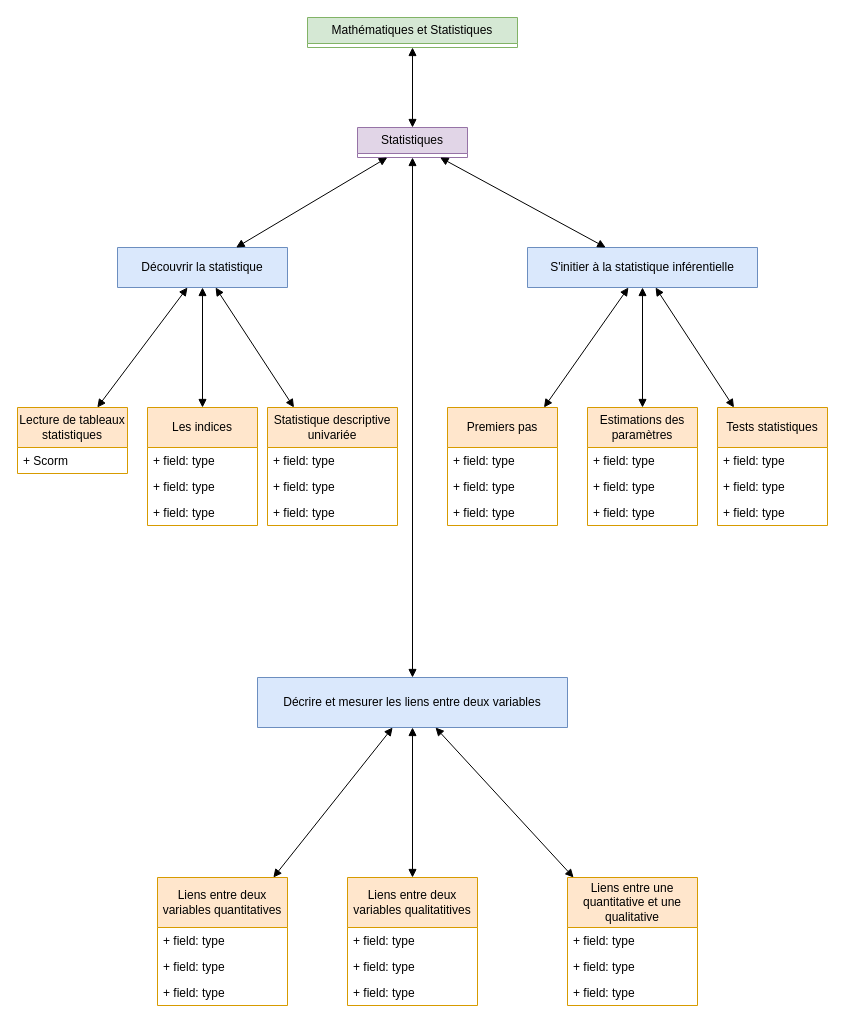
The draw.io diagram Statistiques.drawio in jean-seb-2106/pythontest, before the edit. Source tidied: cells renumbered, new cells numbered last; positions are measured from the earlier drawing's top-left corner, leaving out a move shared by most shapes. Both pictures are drawn from the tidied source at 100%, with x=0, y=0 at pixel (17, 17).
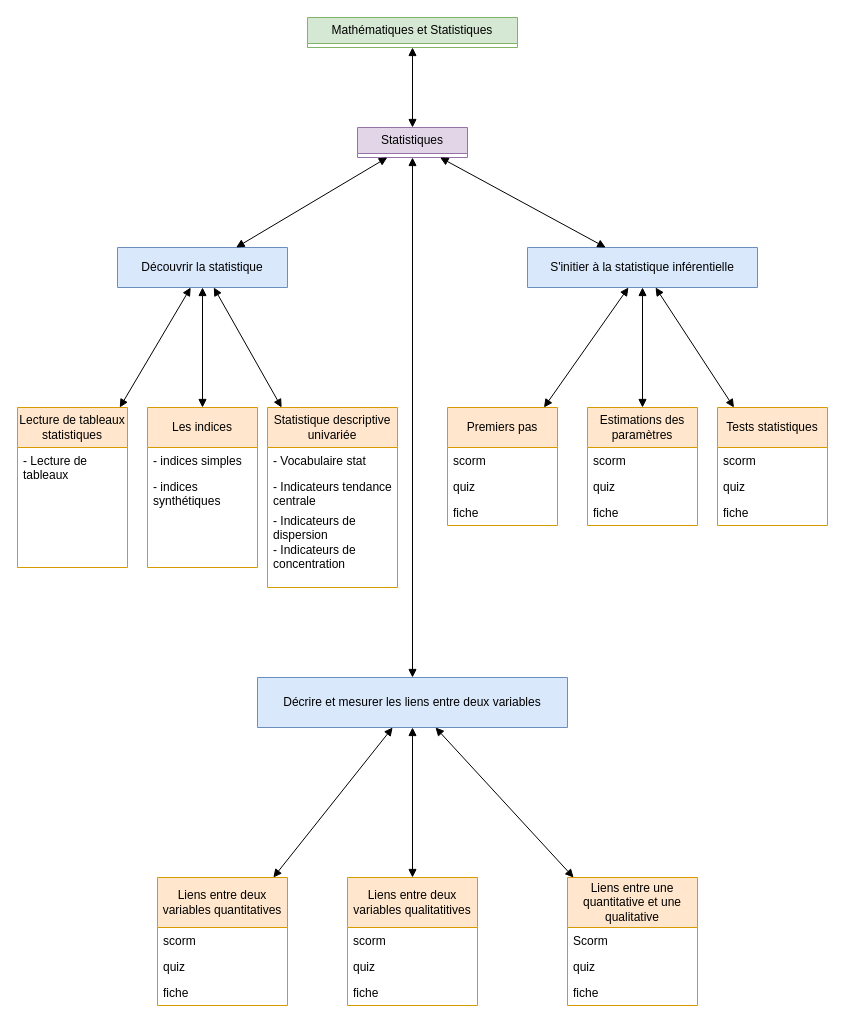
Above is the later version.

Commit message (it also covers changes not shown here):
Mettre à jour Statistiques.drawio

The change refers to these unchanged cells:
```xml
<mxCell id="24" value="Liens entre deux variables quantitatives" style="swimlane;fontStyle=0;horizontal=1;startSize=50;fillColor=#ffe6cc;whiteSpace=wrap;html=1;strokeColor=#d79b00;" parent="1" vertex="1">
  <mxGeometry x="140" y="860" width="130" height="128" as="geometry" />
</mxCell>
<mxCell id="28" value="Liens entre deux variables qualitatitives" style="swimlane;fontStyle=0;horizontal=1;startSize=50;fillColor=#ffe6cc;whiteSpace=wrap;html=1;strokeColor=#d79b00;" parent="1" vertex="1">
  <mxGeometry x="330" y="860" width="130" height="128" as="geometry" />
</mxCell>
<mxCell id="32" value="Liens entre une quantitative et une qualitative" style="swimlane;fontStyle=0;horizontal=1;startSize=50;fillColor=#ffe6cc;whiteSpace=wrap;html=1;strokeColor=#d79b00;" parent="1" vertex="1">
  <mxGeometry x="550" y="860" width="130" height="128" as="geometry" />
</mxCell>
<mxCell id="39" value="Premiers pas" style="swimlane;fontStyle=0;horizontal=1;startSize=40;fillColor=#ffe6cc;whiteSpace=wrap;html=1;strokeColor=#d79b00;" parent="1" vertex="1">
  <mxGeometry x="430" y="390" width="110" height="118" as="geometry" />
</mxCell>
<mxCell id="43" value="Estimations des paramètres" style="swimlane;fontStyle=0;horizontal=1;startSize=40;fillColor=#ffe6cc;whiteSpace=wrap;html=1;strokeColor=#d79b00;" parent="1" vertex="1">
  <mxGeometry x="570" y="390" width="110" height="118" as="geometry" />
</mxCell>
<mxCell id="47" value="Tests statistiques" style="swimlane;fontStyle=0;horizontal=1;startSize=40;fillColor=#ffe6cc;whiteSpace=wrap;html=1;strokeColor=#d79b00;" parent="1" vertex="1">
  <mxGeometry x="700" y="390" width="110" height="118" as="geometry" />
</mxCell>
```

What changed in the source:
```diff
@@
     <mxCell id="14" value="Lecture de tableaux statistiques" style="swimlane;fontStyle=0;horizontal=1;startSize=40;fillColor=#ffe6cc;whiteSpace=wrap;html=1;strokeColor=#d79b00;" parent="1" vertex="1">
-      <mxGeometry y="390" width="110" height="66" as="geometry" />
+      <mxGeometry y="390" width="110" height="160" as="geometry" />
     </mxCell>
-    <mxCell id="15" value="+ Scorm" style="text;strokeColor=none;fillColor=none;align=left;verticalAlign=top;spacingLeft=4;spacingRight=4;overflow=hidden;whiteSpace=wrap;html=1;" parent="14" vertex="1">
-      <mxGeometry y="40" width="110" height="26" as="geometry" />
+    <mxCell id="15" value="- Lecture de tableaux" style="text;strokeColor=none;fillColor=none;align=left;verticalAlign=top;spacingLeft=4;spacingRight=4;overflow=hidden;whiteSpace=wrap;html=1;" parent="14" vertex="1">
+      <mxGeometry y="40" width="110" height="120" as="geometry" />
     </mxCell>
     <mxCell id="16" value="Statistique descriptive univariée" style="swimlane;fontStyle=0;horizontal=1;startSize=40;fillColor=#ffe6cc;whiteSpace=wrap;html=1;strokeColor=#d79b00;" parent="1" vertex="1">
-      <mxGeometry x="250" y="390" width="130" height="118" as="geometry" />
+      <mxGeometry x="250" y="390" width="130" height="180" as="geometry" />
     </mxCell>
-    <mxCell id="17" value="+ field: type" style="text;strokeColor=none;fillColor=none;align=left;verticalAlign=top;spacingLeft=4;spacingRight=4;overflow=hidden;whiteSpace=wrap;html=1;" parent="16" vertex="1">
+    <mxCell id="17" value="- Vocabulaire stat" style="text;strokeColor=none;fillColor=none;align=left;verticalAlign=top;spacingLeft=4;spacingRight=4;overflow=hidden;whiteSpace=wrap;html=1;" parent="16" vertex="1">
       <mxGeometry y="40" width="130" height="26" as="geometry" />
     </mxCell>
-    <mxCell id="18" value="+ field: type" style="text;strokeColor=none;fillColor=none;align=left;verticalAlign=top;spacingLeft=4;spacingRight=4;overflow=hidden;whiteSpace=wrap;html=1;" parent="16" vertex="1">
-      <mxGeometry y="66" width="130" height="26" as="geometry" />
+    <mxCell id="18" value="- Indicateurs tendance centrale" style="text;strokeColor=none;fillColor=none;align=left;verticalAlign=top;spacingLeft=4;spacingRight=4;overflow=hidden;whiteSpace=wrap;html=1;" parent="16" vertex="1">
+      <mxGeometry y="66" width="130" height="34" as="geometry" />
     </mxCell>
-    <mxCell id="19" value="+ field: type" style="text;strokeColor=none;fillColor=none;align=left;verticalAlign=top;spacingLeft=4;spacingRight=4;overflow=hidden;whiteSpace=wrap;html=1;" parent="16" vertex="1">
-      <mxGeometry y="92" width="130" height="26" as="geometry" />
+    <mxCell id="19" value="&lt;div&gt;- Indicateurs de dispersion&lt;/div&gt;&lt;div&gt;- Indicateurs de concentration&lt;br&gt;&lt;/div&gt;&lt;div&gt;&lt;br&gt;&lt;/div&gt;" style="text;strokeColor=none;fillColor=none;align=left;verticalAlign=top;spacingLeft=4;spacingRight=4;overflow=hidden;whiteSpace=wrap;html=1;" parent="16" vertex="1">
+      <mxGeometry y="100" width="130" height="80" as="geometry" />
     </mxCell>
     <mxCell id="20" value="Les indices" style="swimlane;fontStyle=0;horizontal=1;startSize=40;fillColor=#ffe6cc;whiteSpace=wrap;html=1;strokeColor=#d79b00;" parent="1" vertex="1">
-      <mxGeometry x="130" y="390" width="110" height="118" as="geometry" />
+      <mxGeometry x="130" y="390" width="110" height="160" as="geometry" />
     </mxCell>
-    <mxCell id="21" value="+ field: type" style="text;strokeColor=none;fillColor=none;align=left;verticalAlign=top;spacingLeft=4;spacingRight=4;overflow=hidden;whiteSpace=wrap;html=1;" parent="20" vertex="1">
+    <mxCell id="21" value="- indices simples" style="text;strokeColor=none;fillColor=none;align=left;verticalAlign=top;spacingLeft=4;spacingRight=4;overflow=hidden;whiteSpace=wrap;html=1;" parent="20" vertex="1">
       <mxGeometry y="40" width="110" height="26" as="geometry" />
     </mxCell>
-    <mxCell id="22" value="+ field: type" style="text;strokeColor=none;fillColor=none;align=left;verticalAlign=top;spacingLeft=4;spacingRight=4;overflow=hidden;whiteSpace=wrap;html=1;" parent="20" vertex="1">
-      <mxGeometry y="66" width="110" height="26" as="geometry" />
+    <mxCell id="22" value="- indices synthétiques" style="text;strokeColor=none;fillColor=none;align=left;verticalAlign=top;spacingLeft=4;spacingRight=4;overflow=hidden;whiteSpace=wrap;html=1;" parent="20" vertex="1">
+      <mxGeometry y="66" width="110" height="94" as="geometry" />
     </mxCell>
-    <mxCell id="23" value="+ field: type" style="text;strokeColor=none;fillColor=none;align=left;verticalAlign=top;spacingLeft=4;spacingRight=4;overflow=hidden;whiteSpace=wrap;html=1;" parent="20" vertex="1">
-      <mxGeometry y="92" width="110" height="26" as="geometry" />
-    </mxCell>
@@
-    <mxCell id="25" value="+ field: type" style="text;strokeColor=none;fillColor=none;align=left;verticalAlign=top;spacingLeft=4;spacingRight=4;overflow=hidden;whiteSpace=wrap;html=1;" parent="24" vertex="1">
+    <mxCell id="25" value="scorm" style="text;strokeColor=none;fillColor=none;align=left;verticalAlign=top;spacingLeft=4;spacingRight=4;overflow=hidden;whiteSpace=wrap;html=1;" parent="24" vertex="1">
       <mxGeometry y="50" width="130" height="26" as="geometry" />
     </mxCell>
-    <mxCell id="26" value="+ field: type" style="text;strokeColor=none;fillColor=none;align=left;verticalAlign=top;spacingLeft=4;spacingRight=4;overflow=hidden;whiteSpace=wrap;html=1;" parent="24" vertex="1">
+    <mxCell id="26" value="quiz" style="text;strokeColor=none;fillColor=none;align=left;verticalAlign=top;spacingLeft=4;spacingRight=4;overflow=hidden;whiteSpace=wrap;html=1;" parent="24" vertex="1">
       <mxGeometry y="76" width="130" height="26" as="geometry" />
     </mxCell>
-    <mxCell id="27" value="+ field: type" style="text;strokeColor=none;fillColor=none;align=left;verticalAlign=top;spacingLeft=4;spacingRight=4;overflow=hidden;whiteSpace=wrap;html=1;" parent="24" vertex="1">
+    <mxCell id="27" value="fiche" style="text;strokeColor=none;fillColor=none;align=left;verticalAlign=top;spacingLeft=4;spacingRight=4;overflow=hidden;whiteSpace=wrap;html=1;" parent="24" vertex="1">
       <mxGeometry y="102" width="130" height="26" as="geometry" />
     </mxCell>
@@
-    <mxCell id="29" value="+ field: type" style="text;strokeColor=none;fillColor=none;align=left;verticalAlign=top;spacingLeft=4;spacingRight=4;overflow=hidden;whiteSpace=wrap;html=1;" parent="28" vertex="1">
+    <mxCell id="29" value="scorm" style="text;strokeColor=none;fillColor=none;align=left;verticalAlign=top;spacingLeft=4;spacingRight=4;overflow=hidden;whiteSpace=wrap;html=1;" parent="28" vertex="1">
       <mxGeometry y="50" width="130" height="26" as="geometry" />
     </mxCell>
-    <mxCell id="30" value="+ field: type" style="text;strokeColor=none;fillColor=none;align=left;verticalAlign=top;spacingLeft=4;spacingRight=4;overflow=hidden;whiteSpace=wrap;html=1;" parent="28" vertex="1">
+    <mxCell id="30" value="quiz" style="text;strokeColor=none;fillColor=none;align=left;verticalAlign=top;spacingLeft=4;spacingRight=4;overflow=hidden;whiteSpace=wrap;html=1;" parent="28" vertex="1">
       <mxGeometry y="76" width="130" height="26" as="geometry" />
     </mxCell>
-    <mxCell id="31" value="+ field: type" style="text;strokeColor=none;fillColor=none;align=left;verticalAlign=top;spacingLeft=4;spacingRight=4;overflow=hidden;whiteSpace=wrap;html=1;" parent="28" vertex="1">
+    <mxCell id="31" value="fiche" style="text;strokeColor=none;fillColor=none;align=left;verticalAlign=top;spacingLeft=4;spacingRight=4;overflow=hidden;whiteSpace=wrap;html=1;" parent="28" vertex="1">
       <mxGeometry y="102" width="130" height="26" as="geometry" />
     </mxCell>
@@
-    <mxCell id="33" value="+ field: type" style="text;strokeColor=none;fillColor=none;align=left;verticalAlign=top;spacingLeft=4;spacingRight=4;overflow=hidden;whiteSpace=wrap;html=1;" parent="32" vertex="1">
+    <mxCell id="33" value="Scorm" style="text;strokeColor=none;fillColor=none;align=left;verticalAlign=top;spacingLeft=4;spacingRight=4;overflow=hidden;whiteSpace=wrap;html=1;" parent="32" vertex="1">
       <mxGeometry y="50" width="130" height="26" as="geometry" />
     </mxCell>
-    <mxCell id="34" value="+ field: type" style="text;strokeColor=none;fillColor=none;align=left;verticalAlign=top;spacingLeft=4;spacingRight=4;overflow=hidden;whiteSpace=wrap;html=1;" parent="32" vertex="1">
+    <mxCell id="34" value="quiz" style="text;strokeColor=none;fillColor=none;align=left;verticalAlign=top;spacingLeft=4;spacingRight=4;overflow=hidden;whiteSpace=wrap;html=1;" parent="32" vertex="1">
       <mxGeometry y="76" width="130" height="26" as="geometry" />
     </mxCell>
-    <mxCell id="35" value="+ field: type" style="text;strokeColor=none;fillColor=none;align=left;verticalAlign=top;spacingLeft=4;spacingRight=4;overflow=hidden;whiteSpace=wrap;html=1;" parent="32" vertex="1">
+    <mxCell id="35" value="fiche" style="text;strokeColor=none;fillColor=none;align=left;verticalAlign=top;spacingLeft=4;spacingRight=4;overflow=hidden;whiteSpace=wrap;html=1;" parent="32" vertex="1">
       <mxGeometry y="102" width="130" height="26" as="geometry" />
     </mxCell>
@@
-    <mxCell id="40" value="+ field: type" style="text;strokeColor=none;fillColor=none;align=left;verticalAlign=top;spacingLeft=4;spacingRight=4;overflow=hidden;whiteSpace=wrap;html=1;" parent="39" vertex="1">
+    <mxCell id="40" value="scorm" style="text;strokeColor=none;fillColor=none;align=left;verticalAlign=top;spacingLeft=4;spacingRight=4;overflow=hidden;whiteSpace=wrap;html=1;" parent="39" vertex="1">
       <mxGeometry y="40" width="110" height="26" as="geometry" />
     </mxCell>
-    <mxCell id="41" value="+ field: type" style="text;strokeColor=none;fillColor=none;align=left;verticalAlign=top;spacingLeft=4;spacingRight=4;overflow=hidden;whiteSpace=wrap;html=1;" parent="39" vertex="1">
+    <mxCell id="41" value="quiz" style="text;strokeColor=none;fillColor=none;align=left;verticalAlign=top;spacingLeft=4;spacingRight=4;overflow=hidden;whiteSpace=wrap;html=1;" parent="39" vertex="1">
       <mxGeometry y="66" width="110" height="26" as="geometry" />
     </mxCell>
-    <mxCell id="42" value="+ field: type" style="text;strokeColor=none;fillColor=none;align=left;verticalAlign=top;spacingLeft=4;spacingRight=4;overflow=hidden;whiteSpace=wrap;html=1;" parent="39" vertex="1">
+    <mxCell id="42" value="fiche" style="text;strokeColor=none;fillColor=none;align=left;verticalAlign=top;spacingLeft=4;spacingRight=4;overflow=hidden;whiteSpace=wrap;html=1;" parent="39" vertex="1">
       <mxGeometry y="92" width="110" height="26" as="geometry" />
     </mxCell>
@@
-    <mxCell id="44" value="+ field: type" style="text;strokeColor=none;fillColor=none;align=left;verticalAlign=top;spacingLeft=4;spacingRight=4;overflow=hidden;whiteSpace=wrap;html=1;" parent="43" vertex="1">
+    <mxCell id="44" value="scorm" style="text;strokeColor=none;fillColor=none;align=left;verticalAlign=top;spacingLeft=4;spacingRight=4;overflow=hidden;whiteSpace=wrap;html=1;" parent="43" vertex="1">
       <mxGeometry y="40" width="110" height="26" as="geometry" />
     </mxCell>
-    <mxCell id="45" value="+ field: type" style="text;strokeColor=none;fillColor=none;align=left;verticalAlign=top;spacingLeft=4;spacingRight=4;overflow=hidden;whiteSpace=wrap;html=1;" parent="43" vertex="1">
+    <mxCell id="45" value="quiz" style="text;strokeColor=none;fillColor=none;align=left;verticalAlign=top;spacingLeft=4;spacingRight=4;overflow=hidden;whiteSpace=wrap;html=1;" parent="43" vertex="1">
       <mxGeometry y="66" width="110" height="26" as="geometry" />
     </mxCell>
-    <mxCell id="46" value="+ field: type" style="text;strokeColor=none;fillColor=none;align=left;verticalAlign=top;spacingLeft=4;spacingRight=4;overflow=hidden;whiteSpace=wrap;html=1;" parent="43" vertex="1">
+    <mxCell id="46" value="fiche" style="text;strokeColor=none;fillColor=none;align=left;verticalAlign=top;spacingLeft=4;spacingRight=4;overflow=hidden;whiteSpace=wrap;html=1;" parent="43" vertex="1">
       <mxGeometry y="92" width="110" height="26" as="geometry" />
     </mxCell>
@@
-    <mxCell id="48" value="+ field: type" style="text;strokeColor=none;fillColor=none;align=left;verticalAlign=top;spacingLeft=4;spacingRight=4;overflow=hidden;whiteSpace=wrap;html=1;" parent="47" vertex="1">
+    <mxCell id="48" value="scorm" style="text;strokeColor=none;fillColor=none;align=left;verticalAlign=top;spacingLeft=4;spacingRight=4;overflow=hidden;whiteSpace=wrap;html=1;" parent="47" vertex="1">
       <mxGeometry y="40" width="110" height="26" as="geometry" />
     </mxCell>
-    <mxCell id="49" value="+ field: type" style="text;strokeColor=none;fillColor=none;align=left;verticalAlign=top;spacingLeft=4;spacingRight=4;overflow=hidden;whiteSpace=wrap;html=1;" parent="47" vertex="1">
+    <mxCell id="49" value="quiz" style="text;strokeColor=none;fillColor=none;align=left;verticalAlign=top;spacingLeft=4;spacingRight=4;overflow=hidden;whiteSpace=wrap;html=1;" parent="47" vertex="1">
       <mxGeometry y="66" width="110" height="26" as="geometry" />
     </mxCell>
-    <mxCell id="50" value="+ field: type" style="text;strokeColor=none;fillColor=none;align=left;verticalAlign=top;spacingLeft=4;spacingRight=4;overflow=hidden;whiteSpace=wrap;html=1;" parent="47" vertex="1">
+    <mxCell id="50" value="fiche" style="text;strokeColor=none;fillColor=none;align=left;verticalAlign=top;spacingLeft=4;spacingRight=4;overflow=hidden;whiteSpace=wrap;html=1;" parent="47" vertex="1">
       <mxGeometry y="92" width="110" height="26" as="geometry" />
     </mxCell>
```
